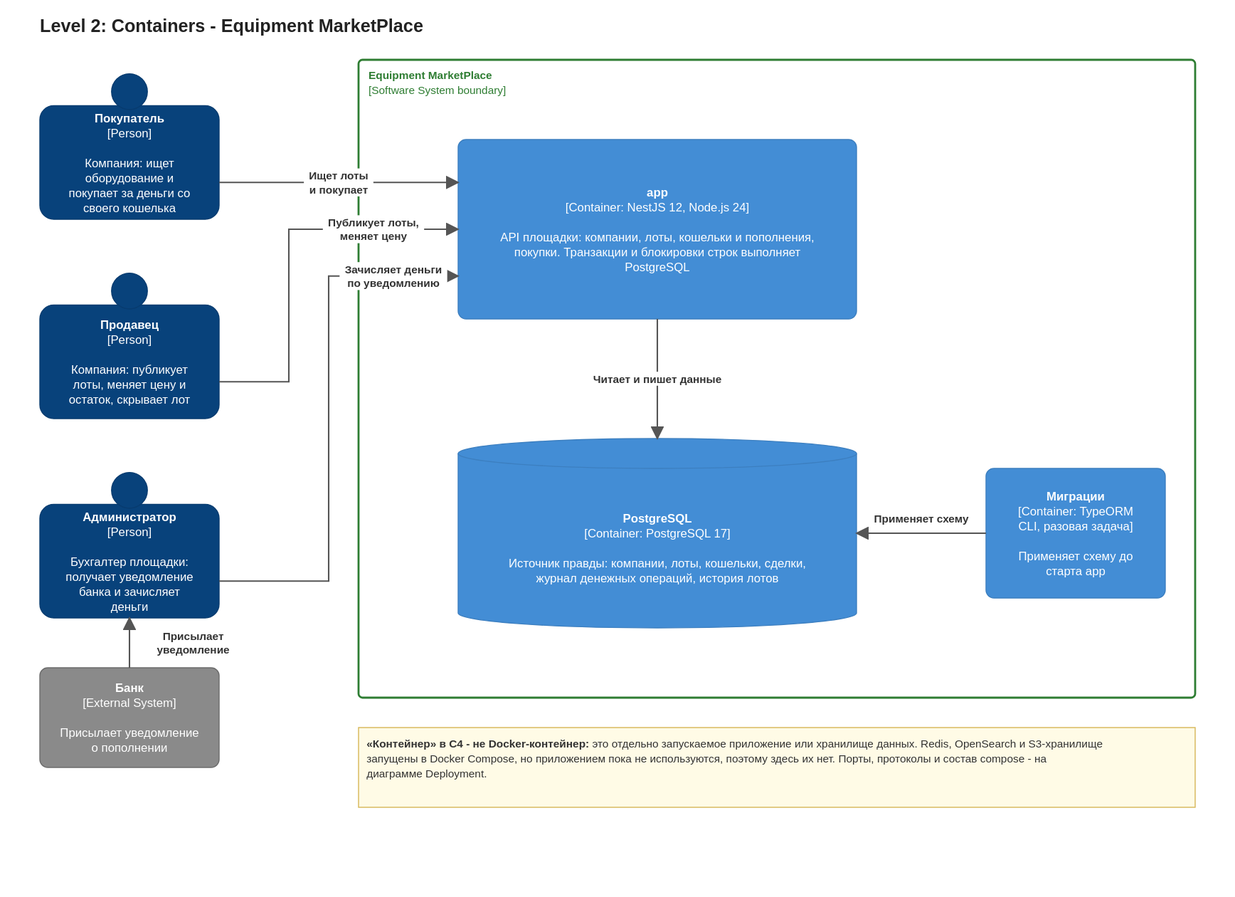
The draw.io diagram docs/architecture/L2 - Containers.drawio.svg in Elaman19/system-design, before a commit. Source tidied: cells renumbered, new cells last; positions are measured from the earlier drawing's top-left corner, leaving out a move shared by most shapes.
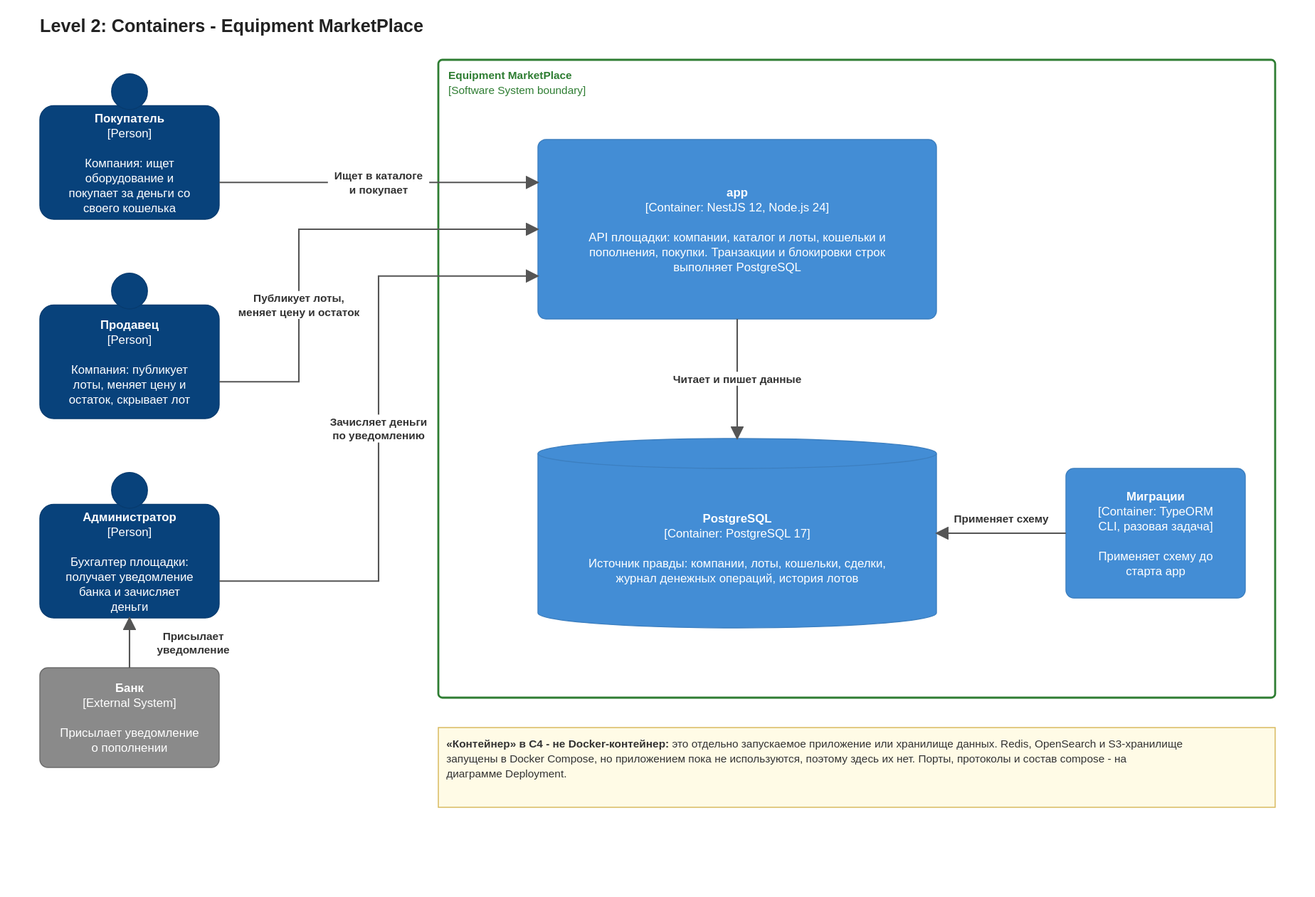
The same diagram one commit later.

What changed in the source:
```diff
@@ -3,10 +3,10 @@
     <mxCell id="0" />
     <mxCell id="1" value="L2 - Containers" parent="0" />
     <mxCell id="2" value="&lt;b&gt;Equipment MarketPlace&lt;/b&gt;&lt;br&gt;[Software System boundary]" style="fontFamily=Helvetica;html=1;whiteSpace=wrap;fontSize=12;rounded=1;arcSize=2;fillColor=none;strokeWidth=2;fontSize=11;align=left;spacing=10;strokeColor=#2e7d32;fontColor=#2e7d32;verticalAlign=top;" parent="1" vertex="1">
-      <mxGeometry x="320" y="46" width="840" height="640" as="geometry" />
+      <mxGeometry x="400" y="46" width="840" height="640" as="geometry" />
     </mxCell>
     <mxCell id="3" value="&lt;b&gt;Level 2: Containers - Equipment MarketPlace&lt;/b&gt;" style="fontFamily=Helvetica;html=1;whiteSpace=wrap;text;fontSize=18;align=left;verticalAlign=top;fontColor=#222222;" parent="1" vertex="1">
-      <mxGeometry width="1160" height="30" as="geometry" />
+      <mxGeometry width="1240" height="30" as="geometry" />
     </mxCell>
     <mxCell id="4" value="&lt;b&gt;Покупатель&lt;/b&gt;&lt;br&gt;[Person]&lt;br&gt;&lt;br&gt;Компания: ищет оборудование и покупает за деньги со своего кошелька" style="fontFamily=Helvetica;html=1;whiteSpace=wrap;fontSize=12;shape=mxgraph.c4.person2;fillColor=#08427b;strokeColor=#073b6f;fontColor=#ffffff;align=center;verticalAlign=middle;" parent="1" vertex="1">
       <mxGeometry y="56" width="180" height="150" as="geometry" />
@@ -20,34 +20,34 @@
     <mxCell id="7" value="&lt;b&gt;Банк&lt;/b&gt;&lt;br&gt;[External System]&lt;br&gt;&lt;br&gt;Присылает уведомление о пополнении" style="fontFamily=Helvetica;html=1;whiteSpace=wrap;fontSize=12;rounded=1;arcSize=8;fillColor=#8a8a8a;strokeColor=#6b6b6b;fontColor=#ffffff;" parent="1" vertex="1">
       <mxGeometry y="656" width="180" height="100" as="geometry" />
     </mxCell>
-    <mxCell id="8" value="&lt;b&gt;app&lt;/b&gt;&lt;br&gt;[Container: NestJS 12, Node.js 24]&lt;br&gt;&lt;br&gt;API площадки: компании, лоты, кошельки и пополнения, покупки. Транзакции и блокировки строк выполняет PostgreSQL" style="fontFamily=Helvetica;html=1;whiteSpace=wrap;fontSize=12;rounded=1;arcSize=8;fillColor=#438dd5;strokeColor=#3c7fc0;fontColor=#ffffff;" parent="1" vertex="1">
-      <mxGeometry x="420" y="126" width="400" height="180" as="geometry" />
+    <mxCell id="8" value="&lt;b&gt;app&lt;/b&gt;&lt;br&gt;[Container: NestJS 12, Node.js 24]&lt;br&gt;&lt;br&gt;API площадки: компании, каталог и лоты, кошельки и пополнения, покупки. Транзакции и блокировки строк выполняет PostgreSQL" style="fontFamily=Helvetica;html=1;whiteSpace=wrap;fontSize=12;rounded=1;arcSize=8;fillColor=#438dd5;strokeColor=#3c7fc0;fontColor=#ffffff;" parent="1" vertex="1">
+      <mxGeometry x="500" y="126" width="400" height="180" as="geometry" />
     </mxCell>
     <mxCell id="9" value="&lt;b&gt;PostgreSQL&lt;/b&gt;&lt;br&gt;[Container: PostgreSQL 17]&lt;br&gt;&lt;br&gt;Источник правды: компании, лоты, кошельки, сделки, журнал денежных операций, история лотов" style="fontFamily=Helvetica;html=1;whiteSpace=wrap;fontSize=12;shape=cylinder3;boundedLbl=1;backgroundOutline=1;size=15;fillColor=#438dd5;strokeColor=#3c7fc0;fontColor=#ffffff;" parent="1" vertex="1">
-      <mxGeometry x="420" y="426" width="400" height="190" as="geometry" />
+      <mxGeometry x="500" y="426" width="400" height="190" as="geometry" />
     </mxCell>
     <mxCell id="10" value="&lt;b&gt;Миграции&lt;/b&gt;&lt;br&gt;[Container: TypeORM CLI, разовая задача]&lt;br&gt;&lt;br&gt;Применяет схему до старта app" style="fontFamily=Helvetica;html=1;whiteSpace=wrap;fontSize=12;rounded=1;arcSize=8;fillColor=#438dd5;strokeColor=#3c7fc0;fontColor=#ffffff;" parent="1" vertex="1">
-      <mxGeometry x="950" y="456" width="180" height="130" as="geometry" />
+      <mxGeometry x="1030" y="456" width="180" height="130" as="geometry" />
     </mxCell>
     <mxCell id="11" value="&lt;b&gt;«Контейнер» в C4 - не Docker-контейнер:&lt;/b&gt;это отдельно запускаемое приложение или хранилище данных. Redis, OpenSearch и S3-хранилище запущены в Docker Compose, но приложением пока не используются, поэтому здесь их нет. Порты, протоколы и состав compose - на диаграмме Deployment." style="fontFamily=Helvetica;html=1;whiteSpace=wrap;fontSize=12;rounded=0;fillColor=#fffbe6;strokeColor=#d6b656;fontColor=#333333;align=left;verticalAlign=top;spacing=8;fontSize=11;" parent="1" vertex="1">
-      <mxGeometry x="320" y="716" width="840" height="80" as="geometry" />
+      <mxGeometry x="400" y="716" width="840" height="80" as="geometry" />
     </mxCell>
-    <mxCell id="12" value="&lt;b&gt;Ищет лоты&lt;br&gt;и покупает&lt;/b&gt;" style="fontFamily=Helvetica;html=1;whiteSpace=wrap;fontSize=11;rounded=0;endArrow=blockThin;endFill=1;strokeColor=#555555;strokeWidth=1.5;fontColor=#333333;labelBackgroundColor=#ffffff;exitX=1.0;exitY=0.675;entryX=0.0;entryY=0.239;" parent="1" edge="1" source="4" target="8">
+    <mxCell id="12" value="&lt;b&gt;Ищет в каталоге&lt;br&gt;и покупает&lt;/b&gt;" style="fontFamily=Helvetica;html=1;whiteSpace=wrap;fontSize=11;rounded=0;endArrow=blockThin;endFill=1;strokeColor=#555555;strokeWidth=1.5;fontColor=#333333;labelBackgroundColor=#ffffff;exitX=1.0;exitY=0.675;entryX=0.0;entryY=0.239;" parent="1" edge="1" source="4" target="8">
       <mxGeometry relative="1" as="geometry" />
     </mxCell>
-    <mxCell id="13" value="&lt;b&gt;Публикует лоты,&lt;br&gt;меняет цену&lt;/b&gt;" style="fontFamily=Helvetica;html=1;whiteSpace=wrap;fontSize=11;rounded=0;endArrow=blockThin;endFill=1;strokeColor=#555555;strokeWidth=1.5;fontColor=#333333;labelBackgroundColor=#ffffff;exitX=1.0;exitY=0.675;entryX=0.0;entryY=0.5;" parent="1" edge="1" source="5" target="8">
-      <mxGeometry x="0.57" relative="1" as="geometry">
+    <mxCell id="13" value="&lt;b&gt;Публикует лоты,&lt;br&gt;меняет цену и остаток&lt;/b&gt;" style="fontFamily=Helvetica;html=1;whiteSpace=wrap;fontSize=11;rounded=0;endArrow=blockThin;endFill=1;strokeColor=#555555;strokeWidth=1.5;fontColor=#333333;labelBackgroundColor=#ffffff;exitX=1.0;exitY=0.675;entryX=0.0;entryY=0.5;" parent="1" edge="1" source="5" target="8">
+      <mxGeometry x="-0.34" relative="1" as="geometry">
         <Array as="points">
-          <mxPoint x="250" y="369" />
-          <mxPoint x="250" y="216" />
+          <mxPoint x="260" y="369" />
+          <mxPoint x="260" y="216" />
         </Array>
       </mxGeometry>
     </mxCell>
     <mxCell id="14" value="&lt;b&gt;Зачисляет деньги&lt;br&gt;по уведомлению&lt;/b&gt;" style="fontFamily=Helvetica;html=1;whiteSpace=wrap;fontSize=11;rounded=0;endArrow=blockThin;endFill=1;strokeColor=#555555;strokeWidth=1.5;fontColor=#333333;labelBackgroundColor=#ffffff;exitX=1.0;exitY=0.675;entryX=0.0;entryY=0.761;" parent="1" edge="1" source="6" target="8">
-      <mxGeometry x="0.76" relative="1" as="geometry">
+      <mxGeometry relative="1" as="geometry">
         <Array as="points">
-          <mxPoint x="290" y="569" />
-          <mxPoint x="290" y="263" />
+          <mxPoint x="340" y="569" />
+          <mxPoint x="340" y="263" />
         </Array>
       </mxGeometry>
     </mxCell>
```
